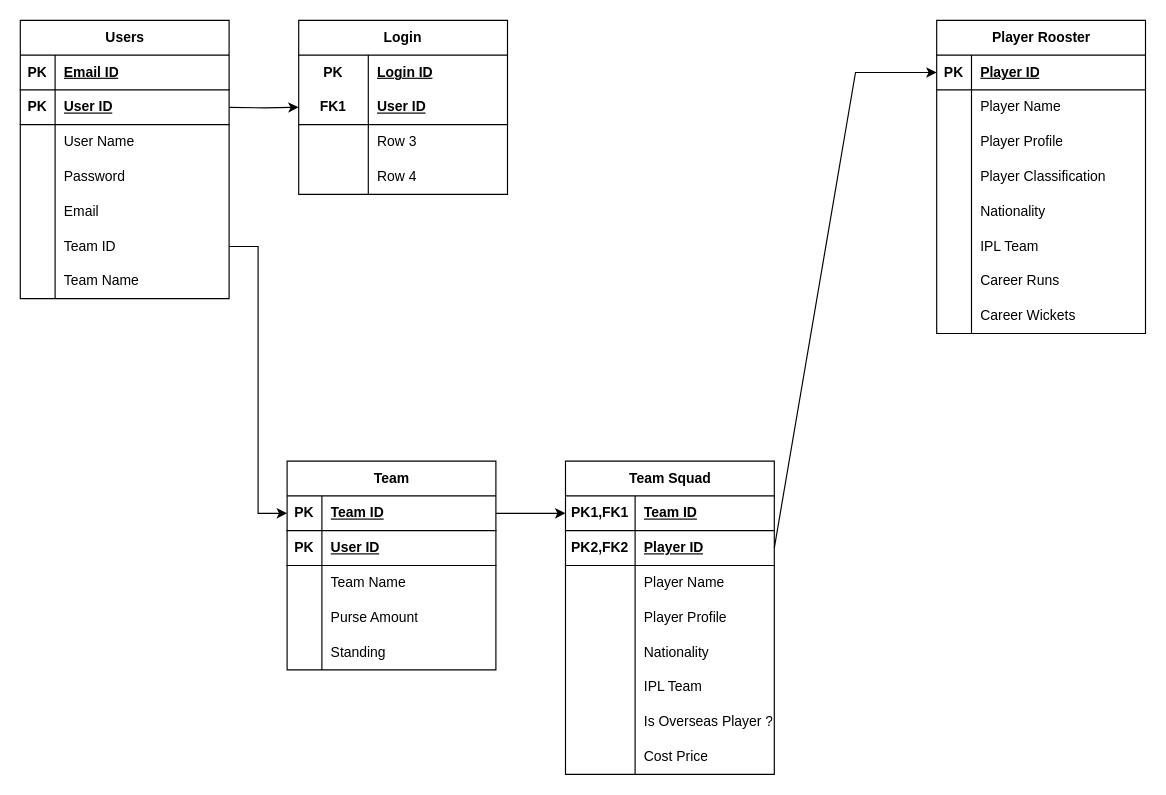
The draw.io diagram ER Draft1.drawio in baaskt/cric-fantasy-db, before the edit. Source tidied: cells renumbered, new cells numbered last; positions are measured from the earlier drawing's top-left corner, leaving out a move shared by most shapes. Both pictures are drawn from the tidied source at 116%, with x=0, y=0 at pixel (20, 20).
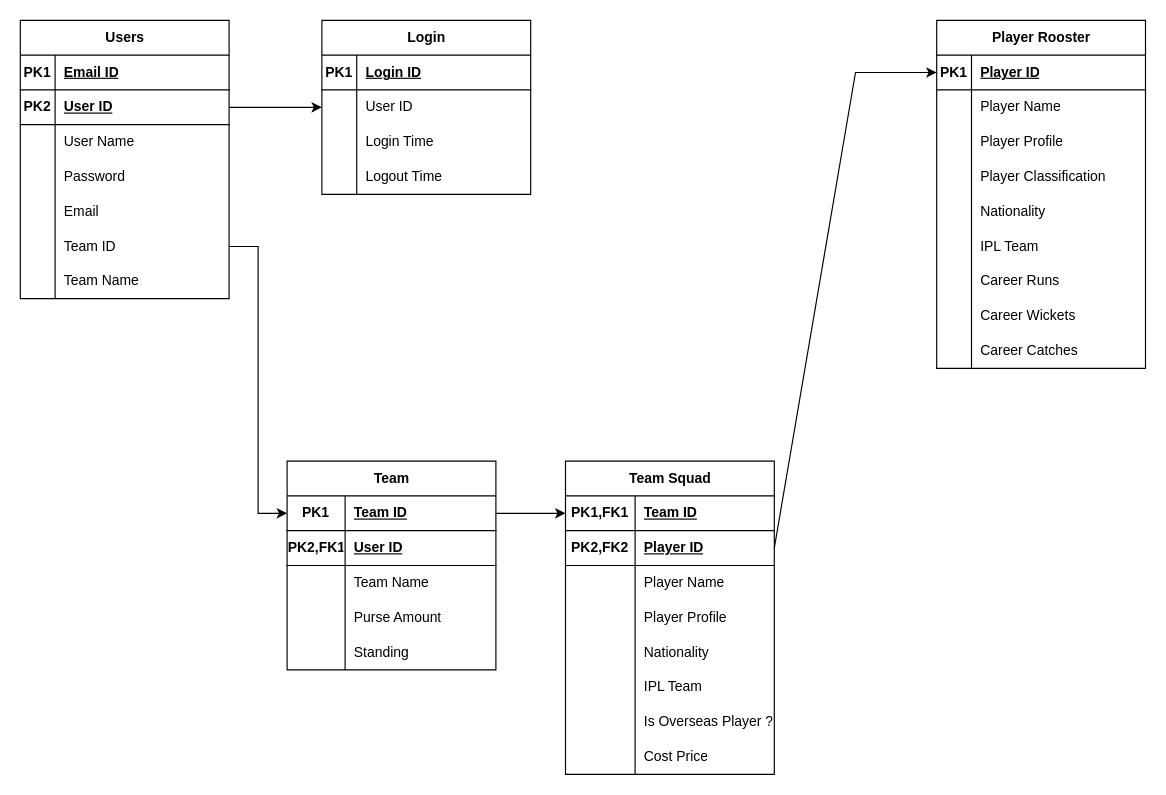
After the change.

Unchanged cells that the change refers to:
```xml
<mxCell id="3" style="shape=tableRow;horizontal=0;startSize=0;swimlaneHead=0;swimlaneBody=0;fillColor=none;top=0;left=0;right=0;bottom=1;" parent="2" vertex="1">
  <mxGeometry y="30" width="180" height="30" as="geometry" />
</mxCell>
<mxCell id="6" style="shape=tableRow;horizontal=0;startSize=0;swimlaneHead=0;swimlaneBody=0;fillColor=none;top=0;left=0;right=0;bottom=1;" parent="2" vertex="1">
  <mxGeometry y="60" width="180" height="30" as="geometry" />
</mxCell>
<mxCell id="40" style="shape=tableRow;horizontal=0;startSize=0;swimlaneHead=0;swimlaneBody=0;fillColor=none;points=[[0,0.5],[1,0.5]];portConstraint=eastwest;top=0;left=0;right=0;bottom=1;" parent="39" vertex="1">
  <mxGeometry y="30" width="180" height="30" as="geometry" />
</mxCell>
<mxCell id="43" style="shape=tableRow;horizontal=0;startSize=0;swimlaneHead=0;swimlaneBody=0;fillColor=none;top=0;left=0;right=0;bottom=1;" parent="39" vertex="1">
  <mxGeometry y="60" width="180" height="30" as="geometry" />
</mxCell>
<mxCell id="46" style="shape=tableRow;horizontal=0;startSize=0;swimlaneHead=0;swimlaneBody=0;fillColor=none;top=0;left=0;right=0;bottom=0;" parent="39" vertex="1">
  <mxGeometry y="90" width="180" height="30" as="geometry" />
</mxCell>
<mxCell id="49" style="shape=tableRow;horizontal=0;startSize=0;swimlaneHead=0;swimlaneBody=0;fillColor=none;top=0;left=0;right=0;bottom=0;" parent="39" vertex="1">
  <mxGeometry y="120" width="180" height="30" as="geometry" />
</mxCell>
<mxCell id="52" style="shape=tableRow;horizontal=0;startSize=0;swimlaneHead=0;swimlaneBody=0;fillColor=none;top=0;left=0;right=0;bottom=0;" parent="39" vertex="1">
  <mxGeometry y="150" width="180" height="30" as="geometry" />
</mxCell>
<mxCell id="83" style="shape=tableRow;horizontal=0;startSize=0;swimlaneHead=0;swimlaneBody=0;fillColor=none;points=[[0,0.5],[1,0.5]];portConstraint=eastwest;top=0;left=0;right=0;bottom=1;" parent="82" vertex="1">
  <mxGeometry y="30" width="180" height="30" as="geometry" />
</mxCell>
```

What changed in the source:
```diff
@@
-    <mxCell id="4" value="PK" style="shape=partialRectangle;fillColor=none;top=0;left=0;bottom=0;right=0;fontStyle=1;overflow=hidden;whiteSpace=wrap;html=1;" parent="3" vertex="1">
+    <mxCell id="4" value="PK1" style="shape=partialRectangle;fillColor=none;top=0;left=0;bottom=0;right=0;fontStyle=1;overflow=hidden;whiteSpace=wrap;html=1;" parent="3" vertex="1">
       <mxGeometry width="30" height="30" as="geometry" />
     </mxCell>
@@
-    <mxCell id="7" value="PK" style="shape=partialRectangle;fillColor=none;top=0;left=0;bottom=0;right=0;fontStyle=1;overflow=hidden;whiteSpace=wrap;html=1;" parent="6" vertex="1">
+    <mxCell id="7" value="PK2" style="shape=partialRectangle;fillColor=none;top=0;left=0;bottom=0;right=0;fontStyle=1;overflow=hidden;whiteSpace=wrap;html=1;" parent="6" vertex="1">
       <mxGeometry width="30" height="30" as="geometry" />
     </mxCell>
@@
-    <mxCell id="24" value="Login" style="shape=table;startSize=30;childLayout=tableLayout;rowLines=0;fontStyle=1;align=center;html=1;whiteSpace=wrap;" parent="1" vertex="1">
-      <mxGeometry x="240" width="180" height="150" as="geometry" />
-    </mxCell>
-    <mxCell id="25" style="shape=tableRow;horizontal=0;startSize=0;swimlaneHead=0;swimlaneBody=0;fillColor=none;top=0;left=0;right=0;bottom=0;html=1;" parent="24" vertex="1">
-      <mxGeometry y="30" width="180" height="30" as="geometry" />
-    </mxCell>
-    <mxCell id="26" value="PK" style="shape=partialRectangle;fillColor=none;top=0;left=0;bottom=0;right=0;fontStyle=1;overflow=hidden;html=1;whiteSpace=wrap;" parent="25" vertex="1">
-      <mxGeometry width="60" height="30" as="geometry" />
-    </mxCell>
-    <mxCell id="27" value="Login ID" style="shape=partialRectangle;fillColor=none;top=0;left=0;bottom=0;right=0;align=left;spacingLeft=6;fontStyle=5;overflow=hidden;html=1;whiteSpace=wrap;" parent="25" vertex="1">
-      <mxGeometry x="60" width="120" height="30" as="geometry" />
-    </mxCell>
-    <mxCell id="28" style="shape=tableRow;horizontal=0;startSize=0;swimlaneHead=0;swimlaneBody=0;fillColor=none;points=[[0,0.5],[1,0.5]];portConstraint=eastwest;top=0;left=0;right=0;bottom=1;html=1;" parent="24" vertex="1">
-      <mxGeometry y="60" width="180" height="30" as="geometry" />
-    </mxCell>
-    <mxCell id="29" value="FK1" style="shape=partialRectangle;fillColor=none;top=0;left=0;bottom=0;right=0;fontStyle=1;overflow=hidden;html=1;whiteSpace=wrap;" parent="28" vertex="1">
-      <mxGeometry width="60" height="30" as="geometry" />
-    </mxCell>
-    <mxCell id="30" value="User ID" style="shape=partialRectangle;fillColor=none;top=0;left=0;bottom=0;right=0;align=left;spacingLeft=6;fontStyle=5;overflow=hidden;html=1;whiteSpace=wrap;" parent="28" vertex="1">
-      <mxGeometry x="60" width="120" height="30" as="geometry" />
-    </mxCell>
-    <mxCell id="31" style="shape=tableRow;horizontal=0;startSize=0;swimlaneHead=0;swimlaneBody=0;fillColor=none;top=0;left=0;right=0;bottom=0;html=1;" parent="24" vertex="1">
-      <mxGeometry y="90" width="180" height="30" as="geometry" />
-    </mxCell>
-    <mxCell id="32" style="shape=partialRectangle;fillColor=none;top=0;left=0;bottom=0;right=0;overflow=hidden;html=1;whiteSpace=wrap;" parent="31" vertex="1">
-      <mxGeometry width="60" height="30" as="geometry" />
-    </mxCell>
-    <mxCell id="33" value="Row 3" style="shape=partialRectangle;fillColor=none;top=0;left=0;bottom=0;right=0;align=left;spacingLeft=6;overflow=hidden;html=1;whiteSpace=wrap;" parent="31" vertex="1">
-      <mxGeometry x="60" width="120" height="30" as="geometry" />
-    </mxCell>
-    <mxCell id="34" style="shape=tableRow;horizontal=0;startSize=0;swimlaneHead=0;swimlaneBody=0;fillColor=none;top=0;left=0;right=0;bottom=0;html=1;" parent="24" vertex="1">
-      <mxGeometry y="120" width="180" height="30" as="geometry" />
-    </mxCell>
-    <mxCell id="35" style="shape=partialRectangle;fillColor=none;top=0;left=0;bottom=0;right=0;overflow=hidden;html=1;whiteSpace=wrap;" parent="34" vertex="1">
-      <mxGeometry width="60" height="30" as="geometry" />
-    </mxCell>
-    <mxCell id="36" value="Row 4" style="shape=partialRectangle;fillColor=none;top=0;left=0;bottom=0;right=0;align=left;spacingLeft=6;overflow=hidden;html=1;whiteSpace=wrap;" parent="34" vertex="1">
-      <mxGeometry x="60" width="120" height="30" as="geometry" />
-    </mxCell>
@@
-    <mxCell id="38" style="edgeStyle=orthogonalEdgeStyle;rounded=0;jettySize=auto;html=1;entryX=0;entryY=0.5;entryDx=0;entryDy=0;" parent="1" edge="1" target="28">
+    <mxCell id="38" style="edgeStyle=orthogonalEdgeStyle;rounded=0;orthogonalLoop=1;jettySize=auto;html=1;entryX=0;entryY=0.5;entryDx=0;entryDy=0;" parent="1" edge="1">
       <mxGeometry relative="1" as="geometry">
         <mxPoint x="180" y="75" as="sourcePoint" />
       </mxGeometry>
     </mxCell>
@@
-    <mxCell id="41" value="PK" style="shape=partialRectangle;fillColor=none;top=0;left=0;bottom=0;right=0;fontStyle=1;overflow=hidden;whiteSpace=wrap;html=1;" parent="40" vertex="1">
-      <mxGeometry width="30" height="30" as="geometry" />
+    <mxCell id="41" value="PK1" style="shape=partialRectangle;fillColor=none;top=0;left=0;bottom=0;right=0;fontStyle=1;overflow=hidden;whiteSpace=wrap;html=1;" parent="40" vertex="1">
+      <mxGeometry width="50" height="30" as="geometry" />
     </mxCell>
     <mxCell id="42" value="Team ID" style="shape=partialRectangle;fillColor=none;top=0;left=0;bottom=0;right=0;align=left;spacingLeft=6;fontStyle=5;overflow=hidden;whiteSpace=wrap;html=1;" parent="40" vertex="1">
-      <mxGeometry x="30" width="150" height="30" as="geometry" />
+      <mxGeometry x="50" width="130" height="30" as="geometry" />
     </mxCell>
@@
-    <mxCell id="44" value="PK" style="shape=partialRectangle;fillColor=none;top=0;left=0;bottom=0;right=0;fontStyle=1;overflow=hidden;whiteSpace=wrap;html=1;" parent="43" vertex="1">
-      <mxGeometry width="30" height="30" as="geometry" />
+    <mxCell id="44" value="PK2,FK1" style="shape=partialRectangle;fillColor=none;top=0;left=0;bottom=0;right=0;fontStyle=1;overflow=hidden;whiteSpace=wrap;html=1;" parent="43" vertex="1">
+      <mxGeometry width="50" height="30" as="geometry" />
     </mxCell>
     <mxCell id="45" value="User ID" style="shape=partialRectangle;fillColor=none;top=0;left=0;bottom=0;right=0;align=left;spacingLeft=6;fontStyle=5;overflow=hidden;whiteSpace=wrap;html=1;" parent="43" vertex="1">
-      <mxGeometry x="30" width="150" height="30" as="geometry" />
+      <mxGeometry x="50" width="130" height="30" as="geometry" />
     </mxCell>
@@
     <mxCell id="47" style="shape=partialRectangle;fillColor=none;top=0;left=0;bottom=0;right=0;overflow=hidden;whiteSpace=wrap;html=1;" parent="46" vertex="1">
-      <mxGeometry width="30" height="30" as="geometry" />
+      <mxGeometry width="50" height="30" as="geometry" />
     </mxCell>
     <mxCell id="48" value="Team Name" style="shape=partialRectangle;fillColor=none;top=0;left=0;bottom=0;right=0;align=left;spacingLeft=6;overflow=hidden;whiteSpace=wrap;html=1;" parent="46" vertex="1">
-      <mxGeometry x="30" width="150" height="30" as="geometry" />
+      <mxGeometry x="50" width="130" height="30" as="geometry" />
     </mxCell>
@@
     <mxCell id="50" style="shape=partialRectangle;fillColor=none;top=0;left=0;bottom=0;right=0;overflow=hidden;whiteSpace=wrap;html=1;" parent="49" vertex="1">
-      <mxGeometry width="30" height="30" as="geometry" />
+      <mxGeometry width="50" height="30" as="geometry" />
     </mxCell>
     <mxCell id="51" value="Purse Amount" style="shape=partialRectangle;fillColor=none;top=0;left=0;bottom=0;right=0;align=left;spacingLeft=6;overflow=hidden;whiteSpace=wrap;html=1;" parent="49" vertex="1">
-      <mxGeometry x="30" width="150" height="30" as="geometry" />
+      <mxGeometry x="50" width="130" height="30" as="geometry" />
     </mxCell>
@@
     <mxCell id="53" style="shape=partialRectangle;fillColor=none;top=0;left=0;bottom=0;right=0;overflow=hidden;whiteSpace=wrap;html=1;" parent="52" vertex="1">
-      <mxGeometry width="30" height="30" as="geometry" />
+      <mxGeometry width="50" height="30" as="geometry" />
     </mxCell>
     <mxCell id="54" value="Standing" style="shape=partialRectangle;fillColor=none;top=0;left=0;bottom=0;right=0;align=left;spacingLeft=6;overflow=hidden;whiteSpace=wrap;html=1;" parent="52" vertex="1">
-      <mxGeometry x="30" width="150" height="30" as="geometry" />
+      <mxGeometry x="50" width="130" height="30" as="geometry" />
     </mxCell>
@@
     <mxCell id="82" value="Player Rooster" style="shape=table;startSize=30;childLayout=tableLayout;rowLines=0;fontStyle=1;align=center;html=1;" parent="1" vertex="1">
-      <mxGeometry x="790" width="180" height="270" as="geometry" />
+      <mxGeometry x="790" width="180" height="300" as="geometry" />
     </mxCell>
@@
-    <mxCell id="84" value="PK" style="shape=partialRectangle;fillColor=none;top=0;left=0;bottom=0;right=0;fontStyle=1;overflow=hidden;whiteSpace=wrap;html=1;" parent="83" vertex="1">
+    <mxCell id="84" value="PK1" style="shape=partialRectangle;fillColor=none;top=0;left=0;bottom=0;right=0;fontStyle=1;overflow=hidden;whiteSpace=wrap;html=1;" parent="83" vertex="1">
       <mxGeometry width="30" height="30" as="geometry" />
     </mxCell>
@@
+    <mxCell id="108" style="shape=tableRow;horizontal=0;startSize=0;swimlaneHead=0;swimlaneBody=0;fillColor=none;top=0;left=0;right=0;bottom=0;" parent="82" vertex="1">
+      <mxGeometry y="270" width="180" height="30" as="geometry" />
+    </mxCell>
+    <mxCell id="109" style="shape=partialRectangle;fillColor=none;top=0;left=0;bottom=0;right=0;overflow=hidden;whiteSpace=wrap;html=1;" parent="108" vertex="1">
+      <mxGeometry width="30" height="30" as="geometry" />
+    </mxCell>
+    <mxCell id="110" value="Career Catches" style="shape=partialRectangle;fillColor=none;top=0;left=0;bottom=0;right=0;align=left;spacingLeft=6;overflow=hidden;whiteSpace=wrap;html=1;" parent="108" vertex="1">
+      <mxGeometry x="30" width="150" height="30" as="geometry" />
+    </mxCell>
@@
+    <mxCell id="24" value="Login" style="shape=table;startSize=30;childLayout=tableLayout;rowLines=0;fontStyle=1;align=center;html=1;" parent="1" vertex="1">
+      <mxGeometry x="260" width="180" height="150" as="geometry" />
+    </mxCell>
+    <mxCell id="111" style="shape=tableRow;horizontal=0;startSize=0;swimlaneHead=0;swimlaneBody=0;fillColor=none;top=0;left=0;right=0;bottom=1;" parent="24" vertex="1">
+      <mxGeometry y="30" width="180" height="30" as="geometry" />
+    </mxCell>
+    <mxCell id="112" value="PK1" style="shape=partialRectangle;fillColor=none;top=0;left=0;bottom=0;right=0;fontStyle=1;overflow=hidden;whiteSpace=wrap;html=1;" parent="111" vertex="1">
+      <mxGeometry width="30" height="30" as="geometry" />
+    </mxCell>
+    <mxCell id="27" value="Login ID" style="shape=partialRectangle;fillColor=none;top=0;left=0;bottom=0;right=0;align=left;spacingLeft=6;fontStyle=5;overflow=hidden;whiteSpace=wrap;html=1;" parent="111" vertex="1">
+      <mxGeometry x="30" width="150" height="30" as="geometry" />
+    </mxCell>
+    <mxCell id="113" style="shape=tableRow;horizontal=0;startSize=0;swimlaneHead=0;swimlaneBody=0;fillColor=none;points=[[0,0.5],[1,0.5]];portConstraint=eastwest;top=0;left=0;right=0;bottom=0;" parent="24" vertex="1">
+      <mxGeometry y="60" width="180" height="30" as="geometry" />
+    </mxCell>
+    <mxCell id="114" style="shape=partialRectangle;fillColor=none;top=0;left=0;bottom=0;right=0;overflow=hidden;whiteSpace=wrap;html=1;" parent="113" vertex="1">
+      <mxGeometry width="30" height="30" as="geometry" />
+    </mxCell>
+    <mxCell id="30" value="User ID" style="shape=partialRectangle;fillColor=none;top=0;left=0;bottom=0;right=0;align=left;spacingLeft=6;overflow=hidden;whiteSpace=wrap;html=1;" parent="113" vertex="1">
+      <mxGeometry x="30" width="150" height="30" as="geometry" />
+    </mxCell>
+    <mxCell id="115" style="shape=tableRow;horizontal=0;startSize=0;swimlaneHead=0;swimlaneBody=0;fillColor=none;top=0;left=0;right=0;bottom=0;" parent="24" vertex="1">
+      <mxGeometry y="90" width="180" height="30" as="geometry" />
+    </mxCell>
+    <mxCell id="116" style="shape=partialRectangle;fillColor=none;top=0;left=0;bottom=0;right=0;overflow=hidden;whiteSpace=wrap;html=1;" parent="115" vertex="1">
+      <mxGeometry width="30" height="30" as="geometry" />
+    </mxCell>
+    <mxCell id="117" value="Login Time" style="shape=partialRectangle;fillColor=none;top=0;left=0;bottom=0;right=0;align=left;spacingLeft=6;overflow=hidden;whiteSpace=wrap;html=1;" parent="115" vertex="1">
+      <mxGeometry x="30" width="150" height="30" as="geometry" />
+    </mxCell>
+    <mxCell id="118" style="shape=tableRow;horizontal=0;startSize=0;swimlaneHead=0;swimlaneBody=0;fillColor=none;top=0;left=0;right=0;bottom=0;" parent="24" vertex="1">
+      <mxGeometry y="120" width="180" height="30" as="geometry" />
+    </mxCell>
+    <mxCell id="119" style="shape=partialRectangle;fillColor=none;top=0;left=0;bottom=0;right=0;overflow=hidden;whiteSpace=wrap;html=1;" parent="118" vertex="1">
+      <mxGeometry width="30" height="30" as="geometry" />
+    </mxCell>
+    <mxCell id="120" value="Logout Time" style="shape=partialRectangle;fillColor=none;top=0;left=0;bottom=0;right=0;align=left;spacingLeft=6;overflow=hidden;whiteSpace=wrap;html=1;" parent="118" vertex="1">
+      <mxGeometry x="30" width="150" height="30" as="geometry" />
+    </mxCell>
+    <mxCell id="121" style="endArrow=classic;html=1;rounded=0;entryX=0;entryY=0.5;entryDx=0;entryDy=0;" parent="1" edge="1" target="113">
+      <mxGeometry relative="1" as="geometry">
+        <mxPoint x="180" y="75" as="sourcePoint" />
+      </mxGeometry>
+    </mxCell>
```
